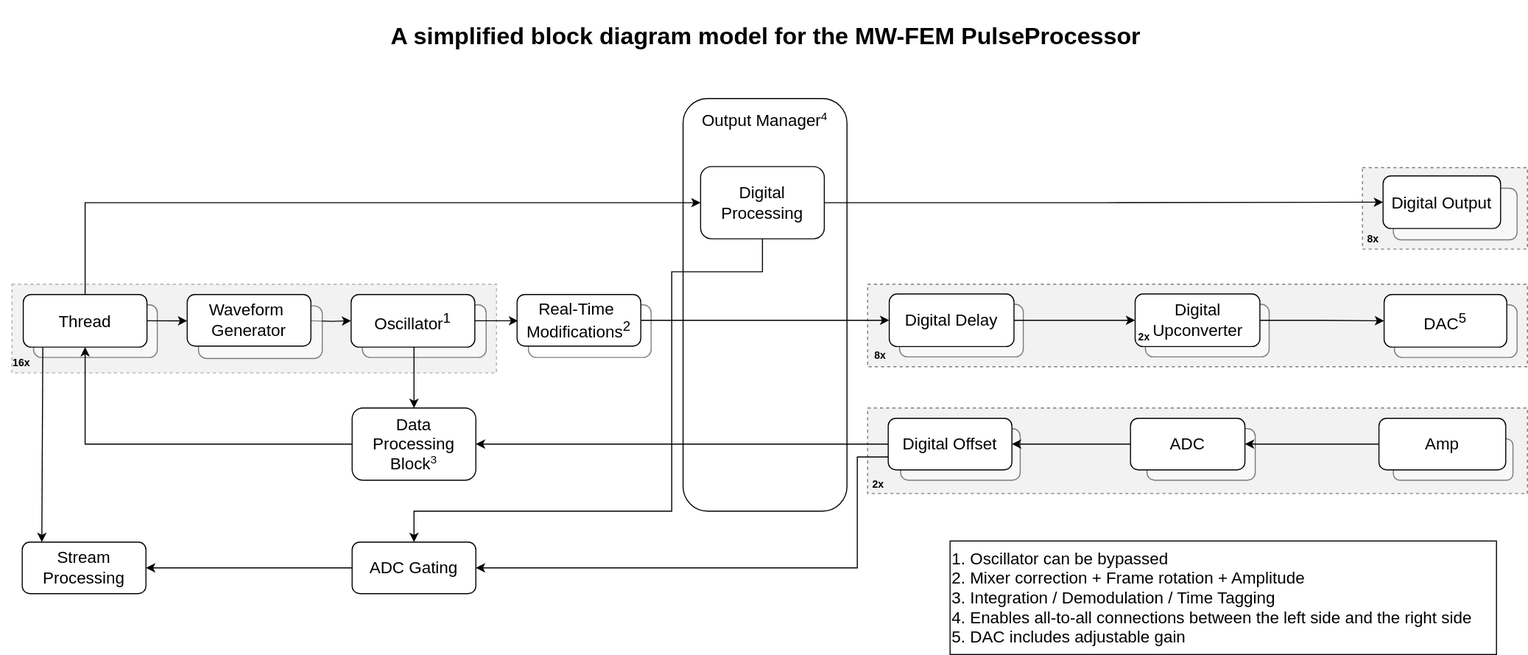
The draw.io diagram docs/Hardware/assets/MW-FEM_PPU_Block_Diagram.svg in qm-labs/qm-documentation-public, before a commit. Source tidied: cells renumbered, new cells last; positions are measured from the earlier drawing's top-left corner, leaving out a move shared by most shapes. Source of this version:
```xml
<mxGraphModel>
  <root>
    <mxCell id="0" />
    <mxCell id="1" parent="0" />
    <mxCell id="2" style="rounded=0;whiteSpace=wrap;html=1;fontSize=12;strokeColor=default;opacity=50;dashed=1;fillColor=#E6E6E6;" parent="1" vertex="1">
      <mxGeometry x="841" y="395" width="640" height="83" as="geometry" />
    </mxCell>
    <mxCell id="3" value="00" style="rounded=0;whiteSpace=wrap;html=1;fontSize=12;strokeColor=default;opacity=50;dashed=1;fillColor=#E6E6E6;" parent="1" vertex="1">
      <mxGeometry x="1321" y="162" width="160" height="79" as="geometry" />
    </mxCell>
    <mxCell id="4" style="rounded=0;whiteSpace=wrap;html=1;fontSize=12;strokeColor=default;opacity=50;dashed=1;fillColor=#E6E6E6;" parent="1" vertex="1">
      <mxGeometry x="841" y="275" width="640" height="80" as="geometry" />
    </mxCell>
    <mxCell id="5" style="rounded=0;whiteSpace=wrap;html=1;fontSize=12;strokeColor=#666666;opacity=50;dashed=1;fillColor=#E6E6E6;fontColor=#333333;" parent="1" vertex="1">
      <mxGeometry x="11" y="275" width="470" height="86" as="geometry" />
    </mxCell>
    <mxCell id="6" style="rounded=1;whiteSpace=wrap;html=1;opacity=50;" parent="1" vertex="1">
      <mxGeometry x="1351" y="182" width="120" height="50" as="geometry" />
    </mxCell>
    <mxCell id="7" style="rounded=1;whiteSpace=wrap;html=1;opacity=50;" parent="1" vertex="1">
      <mxGeometry x="1352" y="295" width="119" height="51" as="geometry" />
    </mxCell>
    <mxCell id="8" style="rounded=1;whiteSpace=wrap;html=1;" parent="1" vertex="1">
      <mxGeometry x="662" y="95" width="159" height="400" as="geometry" />
    </mxCell>
    <mxCell id="9" style="rounded=1;whiteSpace=wrap;html=1;opacity=50;" parent="1" vertex="1">
      <mxGeometry x="351" y="295" width="120" height="51" as="geometry" />
    </mxCell>
    <mxCell id="10" style="rounded=1;whiteSpace=wrap;html=1;opacity=50;" parent="1" vertex="1">
      <mxGeometry x="512" y="295" width="119" height="51" as="geometry" />
    </mxCell>
    <mxCell id="11" style="rounded=1;whiteSpace=wrap;html=1;opacity=50;" parent="1" vertex="1">
      <mxGeometry x="32" y="295" width="120" height="51" as="geometry" />
    </mxCell>
    <mxCell id="12" style="edgeStyle=orthogonalEdgeStyle;rounded=0;jettySize=auto;html=1;entryX=0;entryY=0.5;entryDx=0;entryDy=0;" parent="1" edge="1" source="14">
      <mxGeometry relative="1" as="geometry">
        <mxPoint x="502" y="310.5" as="targetPoint" />
      </mxGeometry>
    </mxCell>
    <mxCell id="13" style="edgeStyle=orthogonalEdgeStyle;rounded=0;jettySize=auto;html=1;exitX=0.5;exitY=1;exitDx=0;exitDy=0;entryX=0.5;entryY=0;entryDx=0;entryDy=0;" parent="1" edge="1" source="14" target="30">
      <mxGeometry relative="1" as="geometry">
        <Array as="points">
          <mxPoint x="401" y="336" />
        </Array>
      </mxGeometry>
    </mxCell>
    <mxCell id="14" value="&lt;font style=&quot;font-size: 16px;&quot;&gt;Oscillator&lt;sup style=&quot;&quot;&gt;1&lt;/sup&gt;&lt;/font&gt;" style="rounded=1;whiteSpace=wrap;html=1;strokeColor=#000000;" parent="1" vertex="1">
      <mxGeometry x="340" y="285" width="120" height="51" as="geometry" />
    </mxCell>
    <mxCell id="15" style="edgeStyle=orthogonalEdgeStyle;rounded=0;jettySize=auto;html=1;" parent="1" edge="1" target="14">
      <mxGeometry relative="1" as="geometry">
        <mxPoint x="301" y="310.5" as="sourcePoint" />
      </mxGeometry>
    </mxCell>
    <mxCell id="16" style="edgeStyle=orthogonalEdgeStyle;rounded=0;jettySize=auto;html=1;exitX=0.5;exitY=0;exitDx=0;exitDy=0;entryX=0;entryY=0.5;entryDx=0;entryDy=0;" parent="1" edge="1" source="17" target="24">
      <mxGeometry relative="1" as="geometry" />
    </mxCell>
    <mxCell id="17" value="&lt;font style=&quot;font-size: 16px;&quot;&gt;Thread&lt;/font&gt;" style="rounded=1;whiteSpace=wrap;html=1;strokeColor=#000000;" parent="1" vertex="1">
      <mxGeometry x="22" y="285" width="120" height="51" as="geometry" />
    </mxCell>
    <mxCell id="18" value="&lt;font style=&quot;font-size: 10px;&quot;&gt;&lt;b style=&quot;font-size: 10px;&quot;&gt;16x&lt;/b&gt;&lt;/font&gt;" style="text;html=1;align=center;verticalAlign=middle;strokeColor=none;fillColor=none;fontStyle=0;fontSize=10;" parent="1" vertex="1">
      <mxGeometry y="336" width="40" height="30" as="geometry" />
    </mxCell>
    <mxCell id="19" value="&lt;font style=&quot;font-size: 16px;&quot;&gt;DAC&lt;sup&gt;5&lt;br&gt;&lt;/sup&gt;&lt;/font&gt;" style="rounded=1;whiteSpace=wrap;html=1;" parent="1" vertex="1">
      <mxGeometry x="1342" y="285" width="119" height="51" as="geometry" />
    </mxCell>
    <mxCell id="20" value="&lt;span style=&quot;font-size: 10px;&quot;&gt;&lt;b&gt;8x&lt;/b&gt;&lt;/span&gt;" style="text;html=1;align=center;verticalAlign=middle;strokeColor=none;fillColor=none;" parent="1" vertex="1">
      <mxGeometry x="833" y="329" width="40" height="30" as="geometry" />
    </mxCell>
    <mxCell id="21" value="&lt;font style=&quot;font-size: 16px;&quot;&gt;Output Manager&lt;/font&gt;&lt;font style=&quot;font-size: 13.3333px;&quot;&gt;&lt;sup&gt;4&lt;/sup&gt;&lt;/font&gt;" style="text;html=1;align=center;verticalAlign=middle;strokeColor=none;fillColor=none;" parent="1" vertex="1">
      <mxGeometry x="666" y="101" width="150" height="30" as="geometry" />
    </mxCell>
    <mxCell id="22" style="edgeStyle=orthogonalEdgeStyle;rounded=0;jettySize=auto;html=1;exitX=1;exitY=0.5;exitDx=0;exitDy=0;entryX=0;entryY=0.5;entryDx=0;entryDy=0;" parent="1" edge="1" source="24" target="25">
      <mxGeometry relative="1" as="geometry" />
    </mxCell>
    <mxCell id="23" style="edgeStyle=orthogonalEdgeStyle;rounded=0;jettySize=auto;html=1;exitX=0.5;exitY=1;exitDx=0;exitDy=0;fontSize=11;entryX=0.5;entryY=0;entryDx=0;entryDy=0;" parent="1" edge="1" source="24" target="33">
      <mxGeometry relative="1" as="geometry">
        <Array as="points">
          <mxPoint x="739" y="263" />
          <mxPoint x="651" y="263" />
          <mxPoint x="651" y="495" />
          <mxPoint x="401" y="495" />
        </Array>
      </mxGeometry>
    </mxCell>
    <mxCell id="24" value="&lt;font style=&quot;font-size: 16px;&quot;&gt;Digital Processing&lt;/font&gt;" style="rounded=1;whiteSpace=wrap;html=1;" parent="1" vertex="1">
      <mxGeometry x="679" y="161" width="120" height="70" as="geometry" />
    </mxCell>
    <mxCell id="25" value="&lt;font style=&quot;font-size: 16px;&quot;&gt;Digital Output&lt;/font&gt;" style="rounded=1;whiteSpace=wrap;html=1;" parent="1" vertex="1">
      <mxGeometry x="1341" y="170" width="114" height="51" as="geometry" />
    </mxCell>
    <mxCell id="26" value="&lt;font style=&quot;font-size: 10px;&quot;&gt;&lt;b&gt;8x&lt;/b&gt;&lt;/font&gt;" style="text;html=1;align=center;verticalAlign=middle;strokeColor=none;fillColor=none;" parent="1" vertex="1">
      <mxGeometry x="1316" y="216" width="30" height="30" as="geometry" />
    </mxCell>
    <mxCell id="27" style="edgeStyle=orthogonalEdgeStyle;rounded=0;jettySize=auto;html=1;exitX=0;exitY=0.5;exitDx=0;exitDy=0;entryX=1;entryY=0.5;entryDx=0;entryDy=0;" parent="1" edge="1" source="45" target="30">
      <mxGeometry relative="1" as="geometry" />
    </mxCell>
    <mxCell id="28" style="edgeStyle=orthogonalEdgeStyle;rounded=0;jettySize=auto;html=1;exitX=0;exitY=0.75;exitDx=0;exitDy=0;entryX=1;entryY=0.5;entryDx=0;entryDy=0;fontSize=11;" parent="1" edge="1" source="45" target="33">
      <mxGeometry relative="1" as="geometry">
        <Array as="points">
          <mxPoint x="831" y="443" />
          <mxPoint x="831" y="550" />
        </Array>
      </mxGeometry>
    </mxCell>
    <mxCell id="29" style="edgeStyle=orthogonalEdgeStyle;rounded=0;jettySize=auto;html=1;exitX=0;exitY=0.5;exitDx=0;exitDy=0;entryX=0.5;entryY=1;entryDx=0;entryDy=0;" parent="1" edge="1" source="30" target="17">
      <mxGeometry relative="1" as="geometry" />
    </mxCell>
    <mxCell id="30" value="&lt;font style=&quot;&quot;&gt;&lt;font style=&quot;font-size: 16px;&quot;&gt;Data &lt;br&gt;Processing&lt;br&gt;Block&lt;/font&gt;&lt;font style=&quot;font-size: 13.3333px;&quot;&gt;&lt;sup&gt;3&lt;/sup&gt;&lt;/font&gt;&lt;br&gt;&lt;/font&gt;" style="rounded=1;whiteSpace=wrap;html=1;" parent="1" vertex="1">
      <mxGeometry x="341" y="395" width="120" height="70" as="geometry" />
    </mxCell>
    <mxCell id="31" value="&lt;font style=&quot;font-size: 16px;&quot;&gt;Stream Processing&lt;/font&gt;" style="rounded=1;whiteSpace=wrap;html=1;" parent="1" vertex="1">
      <mxGeometry x="21" y="525" width="120" height="50" as="geometry" />
    </mxCell>
    <mxCell id="32" style="edgeStyle=orthogonalEdgeStyle;rounded=0;jettySize=auto;html=1;exitX=0;exitY=0.5;exitDx=0;exitDy=0;entryX=1;entryY=0.5;entryDx=0;entryDy=0;fontSize=11;" parent="1" edge="1" source="33" target="31">
      <mxGeometry relative="1" as="geometry" />
    </mxCell>
    <mxCell id="33" value="&lt;font style=&quot;font-size: 16px;&quot;&gt;ADC Gating&lt;/font&gt;" style="rounded=1;whiteSpace=wrap;html=1;" parent="1" vertex="1">
      <mxGeometry x="341" y="525" width="120" height="50" as="geometry" />
    </mxCell>
    <mxCell id="34" value="&lt;font style=&quot;font-size: 10px;&quot;&gt;&lt;b&gt;2x&lt;/b&gt;&lt;/font&gt;" style="text;html=1;align=center;verticalAlign=middle;strokeColor=none;fillColor=none;" parent="1" vertex="1">
      <mxGeometry x="836" y="454" width="30" height="30" as="geometry" />
    </mxCell>
    <mxCell id="35" value="&lt;h2 style=&quot;&quot;&gt;&lt;font style=&quot;font-size: 23px;&quot;&gt;A simplified block diagram model for the MW-FEM PulseProcessor&lt;/font&gt;&lt;/h2&gt;" style="text;html=1;align=center;verticalAlign=middle;strokeColor=none;fillColor=none;fontSize=11;" parent="1" vertex="1">
      <mxGeometry x="366.5" width="750" height="70" as="geometry" />
    </mxCell>
    <mxCell id="36" style="rounded=1;whiteSpace=wrap;html=1;opacity=50;" parent="1" vertex="1">
      <mxGeometry x="872" y="294.5" width="120" height="51" as="geometry" />
    </mxCell>
    <mxCell id="37" style="edgeStyle=orthogonalEdgeStyle;rounded=0;jettySize=auto;html=1;exitX=1;exitY=0.5;exitDx=0;exitDy=0;entryX=0;entryY=0.5;entryDx=0;entryDy=0;" parent="1" edge="1" source="38" target="55">
      <mxGeometry relative="1" as="geometry" />
    </mxCell>
    <mxCell id="38" value="&lt;font style=&quot;font-size: 16px;&quot;&gt;Digital Delay&lt;/font&gt;" style="rounded=1;whiteSpace=wrap;html=1;" parent="1" vertex="1">
      <mxGeometry x="862" y="284.5" width="121" height="51" as="geometry" />
    </mxCell>
    <mxCell id="39" style="rounded=1;whiteSpace=wrap;html=1;opacity=50;" parent="1" vertex="1">
      <mxGeometry x="1351" y="425" width="116" height="40" as="geometry" />
    </mxCell>
    <mxCell id="40" style="rounded=1;whiteSpace=wrap;html=1;opacity=50;" parent="1" vertex="1">
      <mxGeometry x="1112" y="415" width="105" height="50" as="geometry" />
    </mxCell>
    <mxCell id="41" style="rounded=1;whiteSpace=wrap;html=1;opacity=50;" parent="1" vertex="1">
      <mxGeometry x="873" y="415" width="116" height="50" as="geometry" />
    </mxCell>
    <mxCell id="42" value="&lt;font style=&quot;font-size: 16px;&quot;&gt;ADC&lt;/font&gt;" style="rounded=1;whiteSpace=wrap;html=1;" parent="1" vertex="1">
      <mxGeometry x="1096" y="405" width="111" height="50" as="geometry" />
    </mxCell>
    <mxCell id="43" style="edgeStyle=orthogonalEdgeStyle;rounded=0;jettySize=auto;html=1;entryX=1;entryY=0.5;entryDx=0;entryDy=0;" parent="1" edge="1" source="44" target="42">
      <mxGeometry relative="1" as="geometry" />
    </mxCell>
    <mxCell id="44" value="&lt;font style=&quot;font-size: 16px;&quot;&gt;Amp&lt;/font&gt;" style="rounded=1;whiteSpace=wrap;html=1;" parent="1" vertex="1">
      <mxGeometry x="1337" y="405" width="123" height="50" as="geometry" />
    </mxCell>
    <mxCell id="45" value="&lt;font style=&quot;font-size: 16px;&quot;&gt;Digital Offset&lt;/font&gt;" style="rounded=1;whiteSpace=wrap;html=1;fontSize=16;" parent="1" vertex="1">
      <mxGeometry x="861" y="405" width="120" height="50" as="geometry" />
    </mxCell>
    <mxCell id="46" style="edgeStyle=orthogonalEdgeStyle;rounded=0;jettySize=auto;html=1;" parent="1" edge="1" source="42" target="45">
      <mxGeometry relative="1" as="geometry" />
    </mxCell>
    <mxCell id="47" style="rounded=1;whiteSpace=wrap;html=1;opacity=50;" parent="1" vertex="1">
      <mxGeometry x="192" y="296" width="120" height="51" as="geometry" />
    </mxCell>
    <mxCell id="48" style="edgeStyle=orthogonalEdgeStyle;rounded=0;orthogonalLoop=1;jettySize=auto;html=1;" parent="1" edge="1">
      <mxGeometry relative="1" as="geometry">
        <mxPoint x="142" y="310.5" as="sourcePoint" />
        <mxPoint x="181" y="310.5" as="targetPoint" />
      </mxGeometry>
    </mxCell>
    <mxCell id="49" value="&lt;font style=&quot;font-size: 16px;&quot;&gt;Waveform&amp;nbsp;&lt;br&gt;Generator&lt;br&gt;&lt;/font&gt;" style="rounded=1;whiteSpace=wrap;html=1;" parent="1" vertex="1">
      <mxGeometry x="181" y="285" width="120" height="50" as="geometry" />
    </mxCell>
    <mxCell id="50" style="endArrow=classic;html=1;rounded=0;fontSize=10;exitX=0.158;exitY=1.026;exitDx=0;exitDy=0;exitPerimeter=0;" parent="1" edge="1">
      <mxGeometry relative="1" as="geometry">
        <mxPoint x="41" y="336.3" as="sourcePoint" />
        <mxPoint x="40" y="525" as="targetPoint" />
      </mxGeometry>
    </mxCell>
    <mxCell id="51" style="edgeStyle=orthogonalEdgeStyle;rounded=0;jettySize=auto;html=1;exitX=1;exitY=0.5;exitDx=0;exitDy=0;entryX=0;entryY=0.5;entryDx=0;entryDy=0;" parent="1" edge="1" source="52" target="38">
      <mxGeometry relative="1" as="geometry" />
    </mxCell>
    <mxCell id="52" value="&lt;font style=&quot;font-size: 16px;&quot;&gt;Real-Time&amp;nbsp;&lt;br&gt;Modifications&lt;sup&gt;2&lt;/sup&gt;&lt;br&gt;&lt;/font&gt;" style="rounded=1;whiteSpace=wrap;html=1;" parent="1" vertex="1">
      <mxGeometry x="501" y="285" width="120" height="50" as="geometry" />
    </mxCell>
    <mxCell id="53" style="rounded=1;whiteSpace=wrap;html=1;opacity=50;" parent="1" vertex="1">
      <mxGeometry x="1110.5" y="294.5" width="120" height="51" as="geometry" />
    </mxCell>
    <mxCell id="54" style="edgeStyle=orthogonalEdgeStyle;rounded=0;jettySize=auto;html=1;exitX=1;exitY=0.5;exitDx=0;exitDy=0;entryX=0;entryY=0.5;entryDx=0;entryDy=0;" parent="1" edge="1" source="55" target="19">
      <mxGeometry relative="1" as="geometry" />
    </mxCell>
    <mxCell id="55" value="&lt;span style=&quot;font-size: 16px;&quot;&gt;Digital Upconverter&lt;/span&gt;" style="rounded=1;whiteSpace=wrap;html=1;" parent="1" vertex="1">
      <mxGeometry x="1100.5" y="284.5" width="121" height="51" as="geometry" />
    </mxCell>
    <mxCell id="56" value="&lt;div style=&quot;font-size: 16px;&quot; align=&quot;left&quot;&gt;&lt;font style=&quot;font-size: 16px;&quot;&gt;1. Oscillator can be bypassed&lt;br&gt;2. Mixer correction + Frame rotation + Amplitude&lt;br&gt;3. Integration / Demodulation / Time Tagging&lt;/font&gt;&lt;/div&gt;&lt;div style=&quot;font-size: 16px;&quot; align=&quot;left&quot;&gt;&lt;font style=&quot;font-size: 16px;&quot;&gt;4. Enables all-to-all connections between the left side and the right side&lt;/font&gt;&lt;/div&gt;&lt;div style=&quot;font-size: 16px;&quot; align=&quot;left&quot;&gt;&lt;font style=&quot;font-size: 16px;&quot;&gt;5. DAC includes adjustable gain&lt;br&gt;&lt;/font&gt;&lt;/div&gt;" style="text;html=1;align=left;verticalAlign=middle;strokeColor=default;fillColor=none;" parent="1" vertex="1">
      <mxGeometry x="921" y="524" width="530" height="110" as="geometry" />
    </mxCell>
    <mxCell id="57" value="&lt;font style=&quot;font-size: 10px;&quot;&gt;&lt;b&gt;2x&lt;/b&gt;&lt;/font&gt;" style="text;html=1;align=center;verticalAlign=middle;strokeColor=none;fillColor=none;" parent="1" vertex="1">
      <mxGeometry x="1093.5" y="311" width="30" height="30" as="geometry" />
    </mxCell>
  </root>
</mxGraphModel>
```
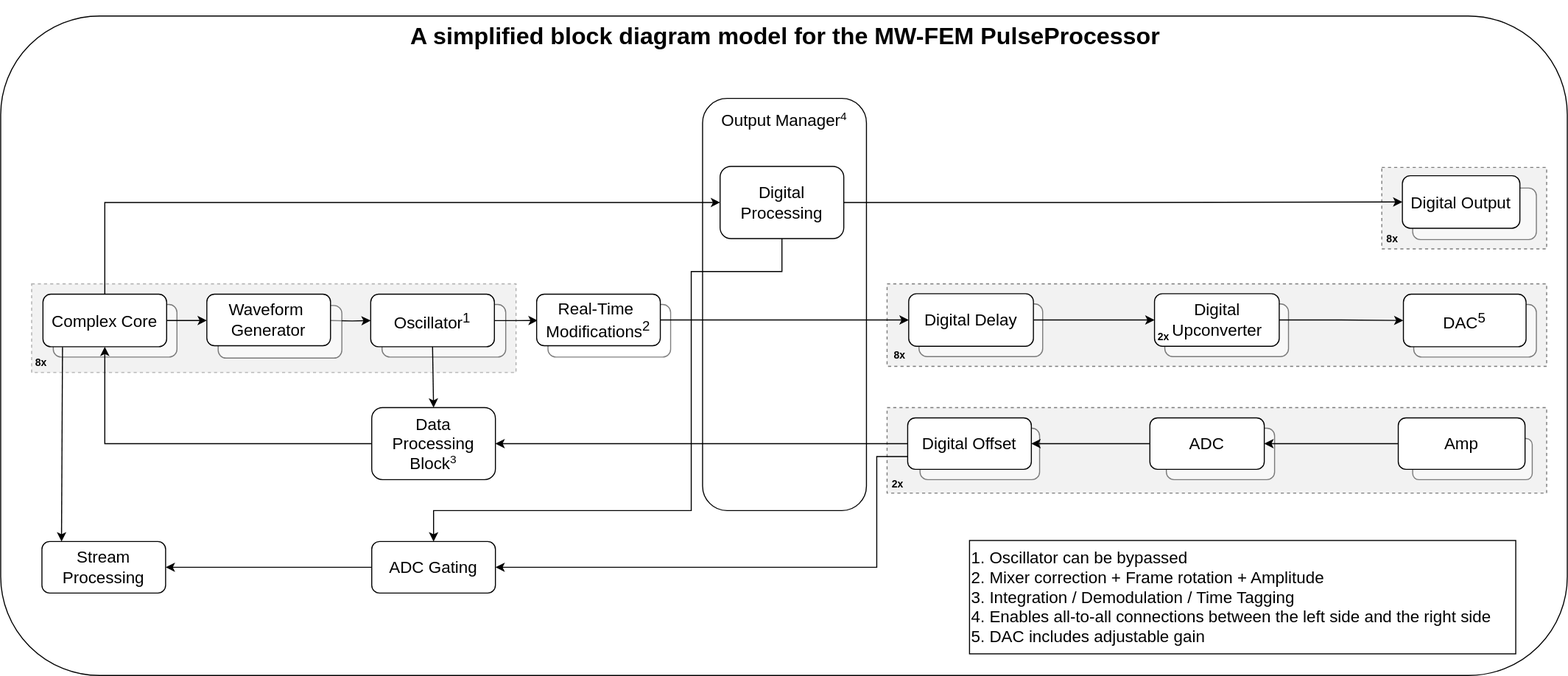
Above is the later version.

The edit, as a diff of the source:
```diff
@@ -2,6 +2,9 @@
   <root>
     <mxCell id="0" />
     <mxCell id="1" parent="0" />
+    <mxCell id="58" style="rounded=1;whiteSpace=wrap;html=1;" parent="1" vertex="1">
+      <mxGeometry x="-19" y="15" width="1520" height="640" as="geometry" />
+    </mxCell>
     <mxCell id="2" style="rounded=0;whiteSpace=wrap;html=1;fontSize=12;strokeColor=default;opacity=50;dashed=1;fillColor=#E6E6E6;" parent="1" vertex="1">
       <mxGeometry x="841" y="395" width="640" height="83" as="geometry" />
     </mxCell>
@@ -55,11 +58,11 @@
     <mxCell id="16" style="edgeStyle=orthogonalEdgeStyle;rounded=0;jettySize=auto;html=1;exitX=0.5;exitY=0;exitDx=0;exitDy=0;entryX=0;entryY=0.5;entryDx=0;entryDy=0;" parent="1" edge="1" source="17" target="24">
       <mxGeometry relative="1" as="geometry" />
     </mxCell>
-    <mxCell id="17" value="&lt;font style=&quot;font-size: 16px;&quot;&gt;Thread&lt;/font&gt;" style="rounded=1;whiteSpace=wrap;html=1;strokeColor=#000000;" parent="1" vertex="1">
+    <mxCell id="17" value="&lt;font style=&quot;font-size: 16px;&quot;&gt;Complex Core&lt;/font&gt;" style="rounded=1;whiteSpace=wrap;html=1;strokeColor=#000000;" parent="1" vertex="1">
       <mxGeometry x="22" y="285" width="120" height="51" as="geometry" />
     </mxCell>
-    <mxCell id="18" value="&lt;font style=&quot;font-size: 10px;&quot;&gt;&lt;b style=&quot;font-size: 10px;&quot;&gt;16x&lt;/b&gt;&lt;/font&gt;" style="text;html=1;align=center;verticalAlign=middle;strokeColor=none;fillColor=none;fontStyle=0;fontSize=10;" parent="1" vertex="1">
-      <mxGeometry y="336" width="40" height="30" as="geometry" />
+    <mxCell id="18" value="&lt;font style=&quot;font-size: 10px;&quot;&gt;&lt;b style=&quot;font-size: 10px;&quot;&gt;8x&lt;/b&gt;&lt;/font&gt;" style="text;html=1;align=center;verticalAlign=middle;strokeColor=none;fillColor=none;fontStyle=0;fontSize=10;" parent="1" vertex="1">
+      <mxGeometry x="5" y="336" width="30" height="30" as="geometry" />
     </mxCell>
     <mxCell id="19" value="&lt;font style=&quot;font-size: 16px;&quot;&gt;DAC&lt;sup&gt;5&lt;br&gt;&lt;/sup&gt;&lt;/font&gt;" style="rounded=1;whiteSpace=wrap;html=1;" parent="1" vertex="1">
       <mxGeometry x="1342" y="285" width="119" height="51" as="geometry" />
```
